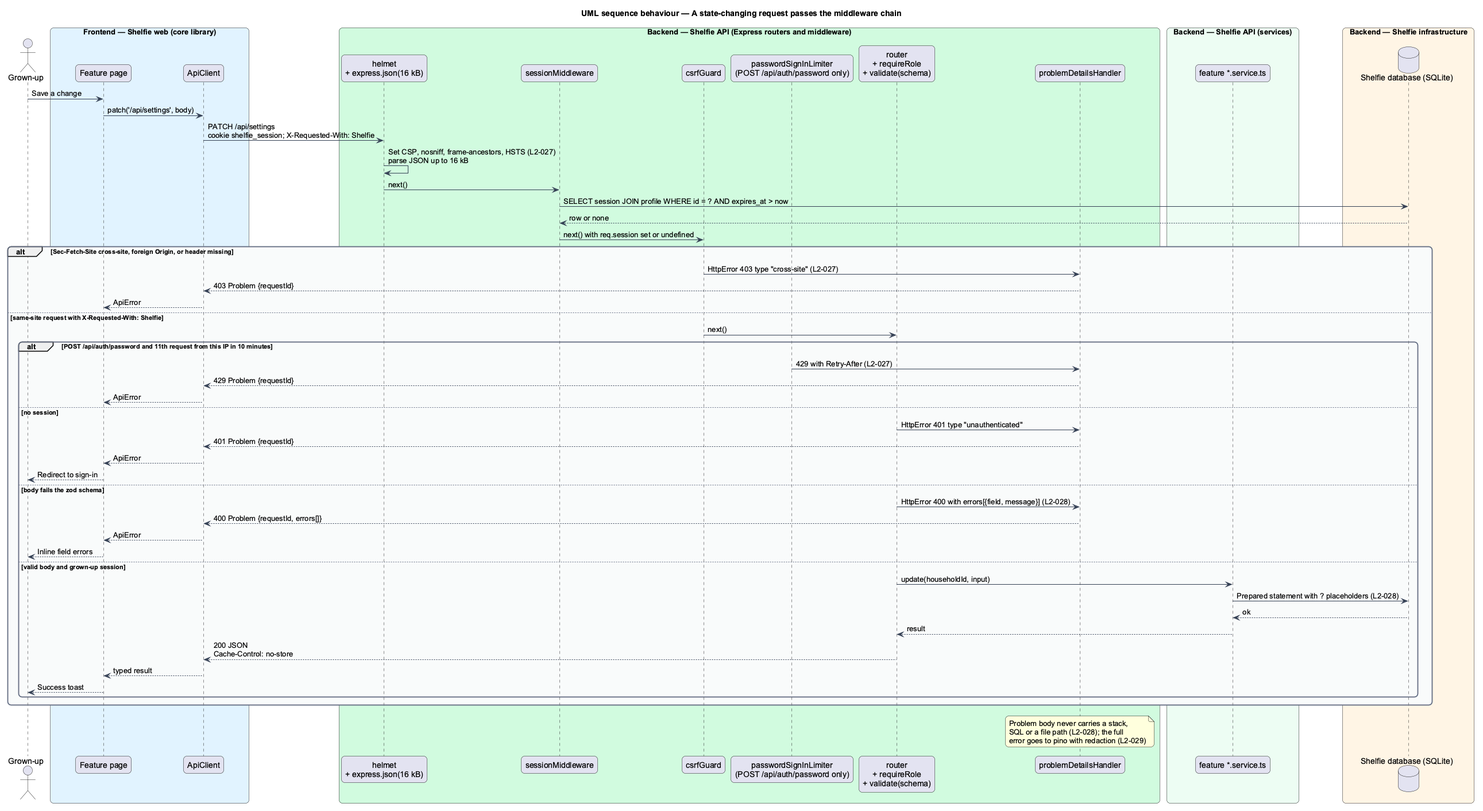
QuinntyneBrown/shelfie keeps this PlantUML diagram as docs/detailed-designs/platform/harden-api/diagrams/sequence-state-changing-request.png. Above is the earlier version. The source it was exported from:
```plantuml
@startuml
title UML sequence behaviour — A state-changing request passes the middleware chain
skinparam backgroundColor #FFFFFF
skinparam shadowing false
skinparam roundcorner 12
skinparam defaultFontName Arial
skinparam ArrowColor #344054
skinparam rectangle {
  BorderColor #344054
  FontColor #101828
}
skinparam package {
  BorderColor #667085
  FontColor #101828
  BackgroundColor #F9FAFB
}
actor "Grown-up" as actor
box "Frontend — Shelfie web (core library)" #E0F2FE
  participant "Feature page" as page
  participant "ApiClient" as client
end box
box "Backend — Shelfie API (Express routers and middleware)" #D1FADF
  participant "helmet\n+ express.json(16 kB)" as helmet
  participant "sessionMiddleware" as session
  participant "csrfGuard" as csrf
  participant "passwordSignInLimiter\n(POST /api/auth/password only)" as rate
  participant "router\n+ requireRole\n+ validate(schema)" as router
  participant "problemDetailsHandler" as problem
end box
box "Backend — Shelfie API (services)" #ECFDF3
  participant "feature *.service.ts" as service
end box
box "Backend — Shelfie infrastructure" #FFF4E5
  database "Shelfie database (SQLite)" as db
end box

actor -> page : Save a change
page -> client : patch('/api/settings', body)
client -> helmet : PATCH /api/settings\ncookie shelfie_session; X-Requested-With: Shelfie
helmet -> helmet : Set CSP, nosniff, frame-ancestors, HSTS (L2-027)\nparse JSON up to 16 kB
helmet -> session : next()
session -> db : SELECT session JOIN profile WHERE id = ? AND expires_at > now
db --> session : row or none
session -> csrf : next() with req.session set or undefined
alt Sec-Fetch-Site cross-site, foreign Origin, or header missing
  csrf -> problem : HttpError 403 type "cross-site" (L2-027)
  problem --> client : 403 Problem {requestId}
  client --> page : ApiError
else same-site request with X-Requested-With: Shelfie
  csrf -> router : next()
  alt POST /api/auth/password and 11th request from this IP in 10 minutes
    rate -> problem : 429 with Retry-After (L2-027)
    problem --> client : 429 Problem {requestId}
    client --> page : ApiError
  else no session
    router -> problem : HttpError 401 type "unauthenticated"
    problem --> client : 401 Problem {requestId}
    client --> page : ApiError
    page --> actor : Redirect to sign-in
  else body fails the zod schema
    router -> problem : HttpError 400 with errors[{field, message}] (L2-028)
    problem --> client : 400 Problem {requestId, errors[]}
    client --> page : ApiError
    page --> actor : Inline field errors
  else valid body and grown-up session
    router -> service : update(householdId, input)
    service -> db : Prepared statement with ? placeholders (L2-028)
    db --> service : ok
    service --> router : result
    router --> client : 200 JSON\nCache-Control: no-store
    client --> page : typed result
    page --> actor : Success toast
  end
end
note over problem
  Problem body never carries a stack,
  SQL or a file path (L2-028); the full
  error goes to pino with redaction (L2-029)
end note
@enduml
```
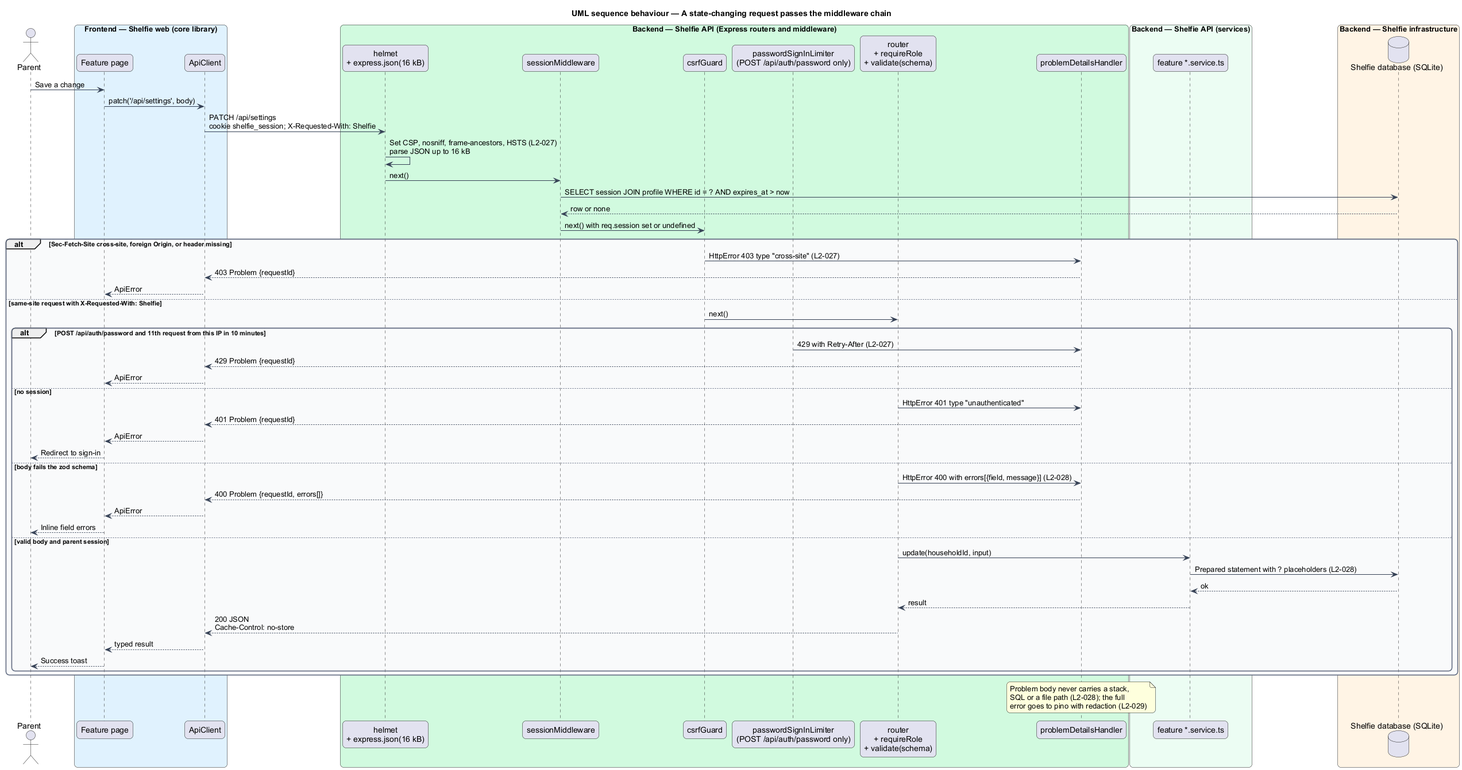
The same file after the commit.

The edit, as a diff of the source:
```diff
@@ -14,7 +14,7 @@
   FontColor #101828
   BackgroundColor #F9FAFB
 }
-actor "Grown-up" as actor
+actor "Parent" as actor
 box "Frontend — Shelfie web (core library)" #E0F2FE
   participant "Feature page" as page
   participant "ApiClient" as client
@@ -62,7 +62,7 @@
     problem --> client : 400 Problem {requestId, errors[]}
     client --> page : ApiError
     page --> actor : Inline field errors
-  else valid body and grown-up session
+  else valid body and parent session
     router -> service : update(householdId, input)
     service -> db : Prepared statement with ? placeholders (L2-028)
     db --> service : ok
```
